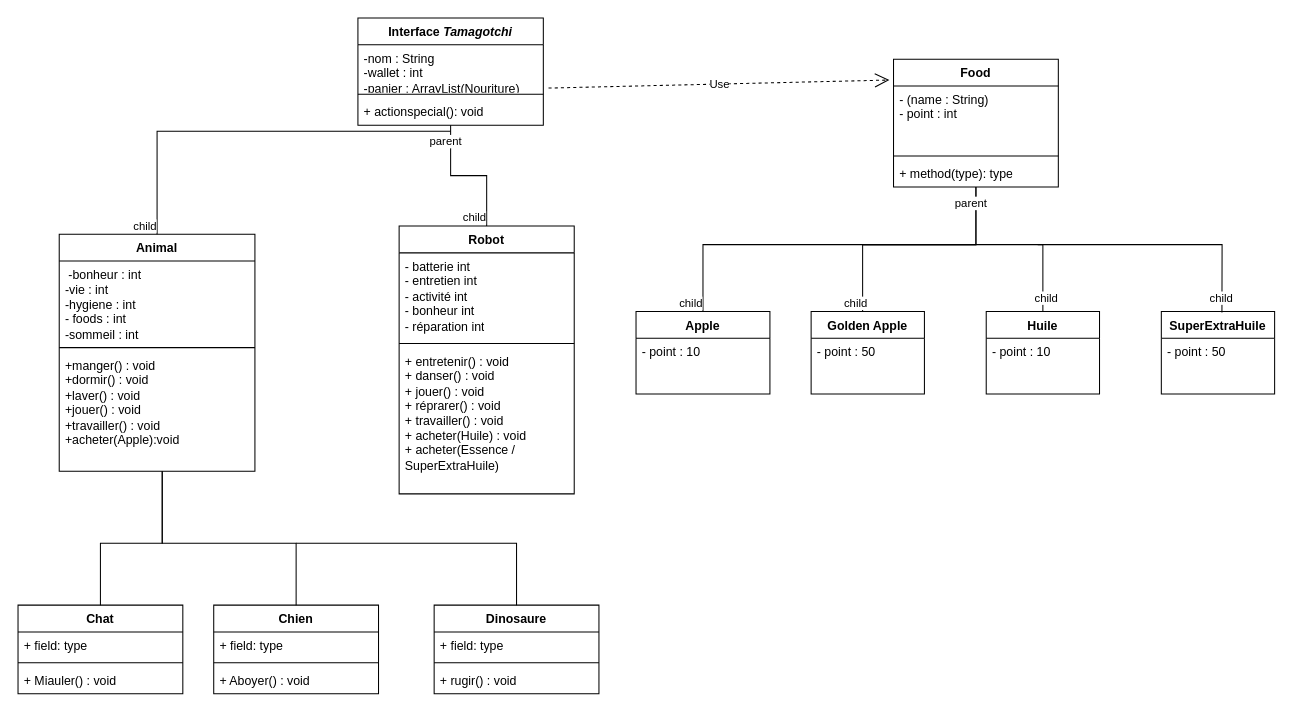
Before: page "Page-2" (2 of 2) of Diagram.drawio in BMaurice56/Tamagotchi, a draw.io diagram. Source tidied: cells renumbered, new cells numbered last; positions are measured from the earlier drawing's top-left corner, leaving out a move shared by most shapes. Both pictures are drawn from the tidied source at 103%, with x=0, y=0 at pixel (18, 18).
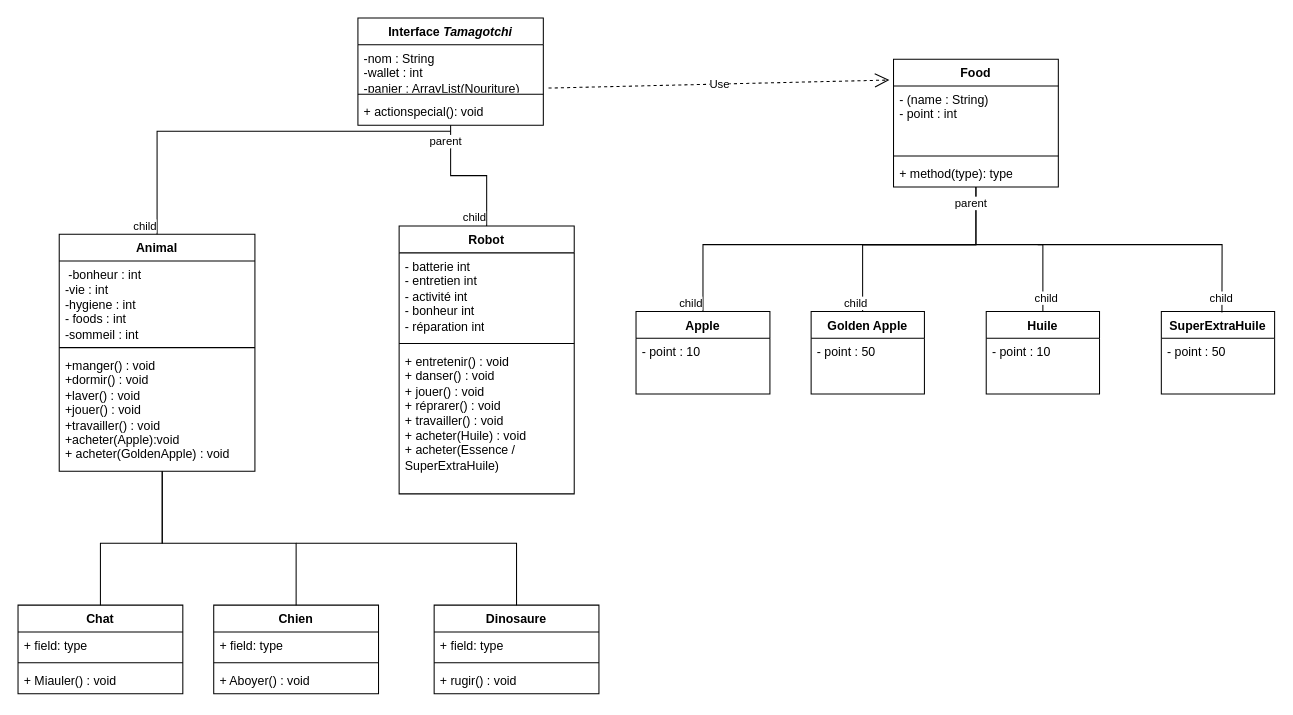
The same page after the edit.

The change refers to these unchanged cells:
```xml
<mxCell id="14" value="Animal" style="swimlane;fontStyle=1;align=center;verticalAlign=top;horizontal=1;startSize=26;whiteSpace=wrap;html=1;" parent="1" vertex="1">
  <mxGeometry x="40" y="210" width="190" height="230" as="geometry" />
</mxCell>
```

Diff of the diagram source:
```diff
@@
-    <mxCell id="17" value="&lt;div&gt;+manger() : void&lt;/div&gt;&lt;div&gt;+dormir() : void&lt;/div&gt;&lt;div&gt;+laver() : void&lt;/div&gt;&lt;div&gt;+jouer() : void&lt;/div&gt;&lt;div&gt;+travailler() : void&lt;br&gt;&lt;/div&gt;&lt;div&gt;+acheter(Apple):void&lt;/div&gt;&lt;div&gt;&lt;br&gt;&lt;/div&gt;" style="text;strokeColor=none;fillColor=none;align=left;verticalAlign=top;spacingLeft=4;spacingRight=4;overflow=hidden;whiteSpace=wrap;html=1;" parent="14" vertex="1">
+    <mxCell id="17" value="&lt;div&gt;+manger() : void&lt;/div&gt;&lt;div&gt;+dormir() : void&lt;/div&gt;&lt;div&gt;+laver() : void&lt;/div&gt;&lt;div&gt;+jouer() : void&lt;/div&gt;&lt;div&gt;+travailler() : void&lt;br&gt;&lt;/div&gt;&lt;div&gt;+acheter(Apple):void&lt;/div&gt;&lt;div&gt;+ acheter(GoldenApple) : void&lt;/div&gt;" style="text;strokeColor=none;fillColor=none;align=left;verticalAlign=top;spacingLeft=4;spacingRight=4;overflow=hidden;whiteSpace=wrap;html=1;" parent="14" vertex="1">
       <mxGeometry y="114" width="190" height="116" as="geometry" />
     </mxCell>
```
